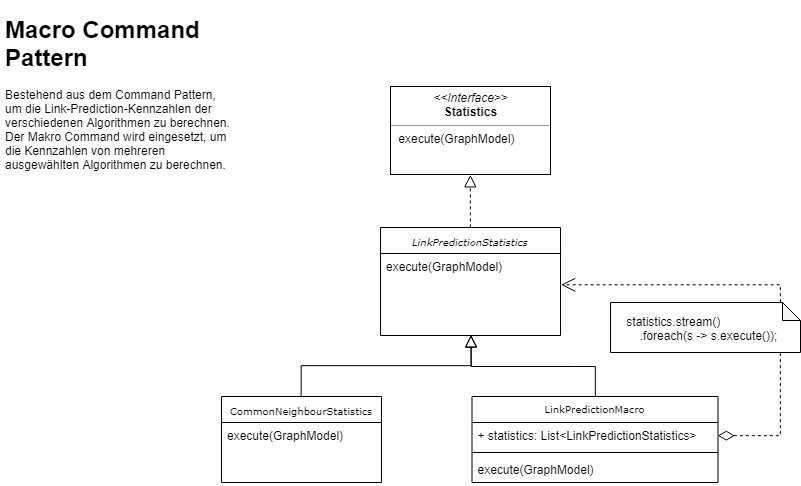
Earlier version of the draw.io export src/site/tex/resources/class_Statistic.png (romanutti/ip5-documentation). Source tidied: cells renumbered, new cells last; positions are measured from the earlier drawing's top-left corner, leaving out a move shared by most shapes.
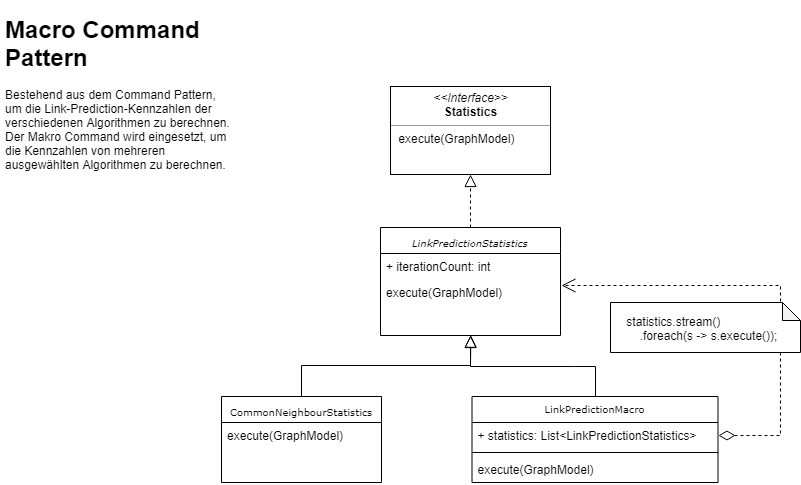
After the change.

Commit message:
Class diagrams adapted to iterative approach

What changed in the source:
```diff
@@ -11,9 +11,12 @@
     <mxCell id="4" value="&lt;i&gt;LinkPredictionStatistics&lt;/i&gt;" style="swimlane;html=1;fontStyle=0;horizontal=1;startSize=26;fillColor=none;swimlaneFillColor=#ffffff;rounded=0;shadow=0;comic=0;labelBackgroundColor=none;strokeColor=#000000;strokeWidth=1;fontFamily=Verdana;fontSize=10;fontColor=#000000;align=center;" parent="1" vertex="1">
       <mxGeometry x="380" y="217" width="180" height="108" as="geometry" />
     </mxCell>
-    <mxCell id="5" value="execute(GraphModel)" style="text;html=1;strokeColor=none;fillColor=none;align=left;verticalAlign=top;spacingLeft=4;spacingRight=4;whiteSpace=wrap;overflow=hidden;points=[[0,0.5],[1,0.5]];portConstraint=eastwest;" parent="4" vertex="1">
+    <mxCell id="5" value="+ iterationCount: int" style="text;html=1;strokeColor=none;fillColor=none;align=left;verticalAlign=top;spacingLeft=4;spacingRight=4;whiteSpace=wrap;overflow=hidden;points=[[0,0.5],[1,0.5]];portConstraint=eastwest;" parent="4" vertex="1">
       <mxGeometry y="26" width="180" height="26" as="geometry" />
     </mxCell>
+    <mxCell id="17" value="execute(GraphModel)" style="text;html=1;strokeColor=none;fillColor=none;align=left;verticalAlign=top;spacingLeft=4;spacingRight=4;whiteSpace=wrap;overflow=hidden;" parent="4" vertex="1">
+      <mxGeometry y="52" width="180" height="26" as="geometry" />
+    </mxCell>
     <mxCell id="6" value="&lt;span&gt;CommonNeighbourStatistics&lt;/span&gt;" style="swimlane;html=1;fontStyle=0;horizontal=1;startSize=26;fillColor=none;swimlaneFillColor=#ffffff;rounded=0;shadow=0;comic=0;labelBackgroundColor=none;strokeColor=#000000;strokeWidth=1;fontFamily=Verdana;fontSize=10;fontColor=#000000;align=center;verticalAlign=middle;" parent="1" vertex="1">
       <mxGeometry x="221" y="386" width="160" height="86" as="geometry" />
     </mxCell>
```
